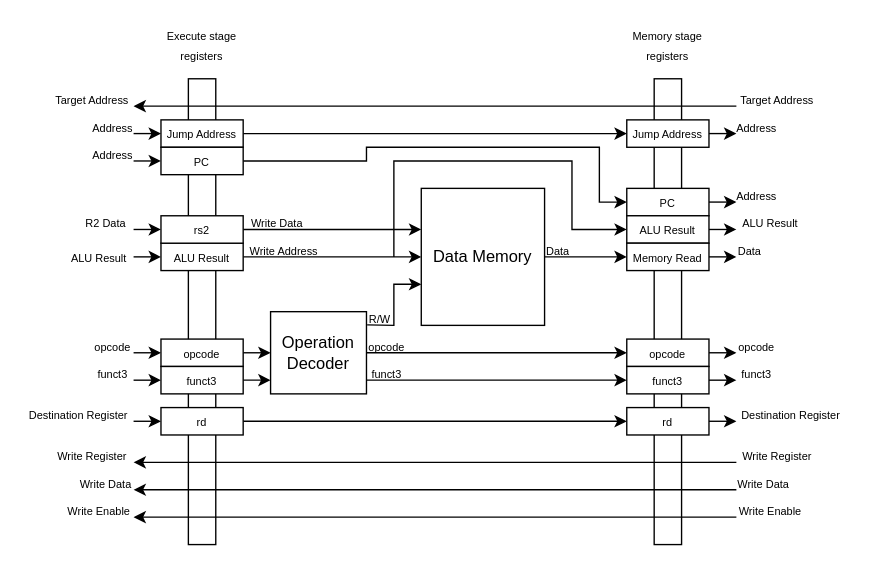
Above: page "Memory stage" (5 of 6) of docs/imgs/microarchitecture/multi-cycle_datapath.drawio in WachirawichN/C0-CPU (draw.io), before the change. Source tidied: cells renumbered, new cells numbered last; positions are measured from the earlier drawing's top-left corner, leaving out a move shared by most shapes. Both pictures are drawn from the tidied source at 137%, with x=0, y=0 at pixel (23, 23).
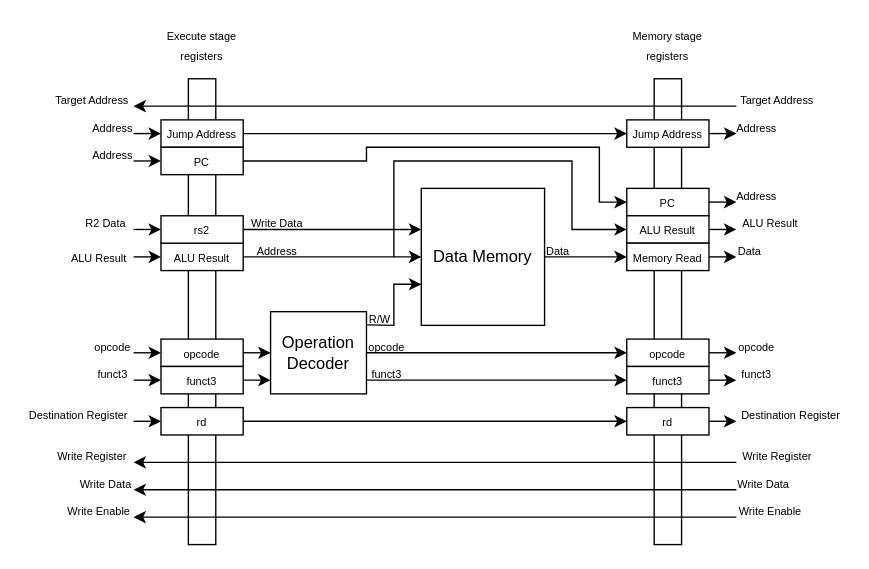
The same diagram, later.

Commit message (it also covers changes not shown here):
Wrote basic description of datapath and its stages.

What changed in the source:
```diff
@@
-    <mxCell id="24" value="&lt;font style=&quot;font-size: 8px;&quot;&gt;Write Address&lt;/font&gt;" style="text;html=1;whiteSpace=wrap;strokeColor=none;fillColor=none;align=center;verticalAlign=middle;rounded=0;" parent="1" vertex="1">
-      <mxGeometry x="160" y="160" width="60" height="10" as="geometry" />
+    <mxCell id="24" value="&lt;font style=&quot;font-size: 8px;&quot;&gt;Address&lt;/font&gt;" style="text;html=1;whiteSpace=wrap;strokeColor=none;fillColor=none;align=center;verticalAlign=middle;rounded=0;" parent="1" vertex="1">
+      <mxGeometry x="170" y="160" width="30" height="10" as="geometry" />
     </mxCell>
```
